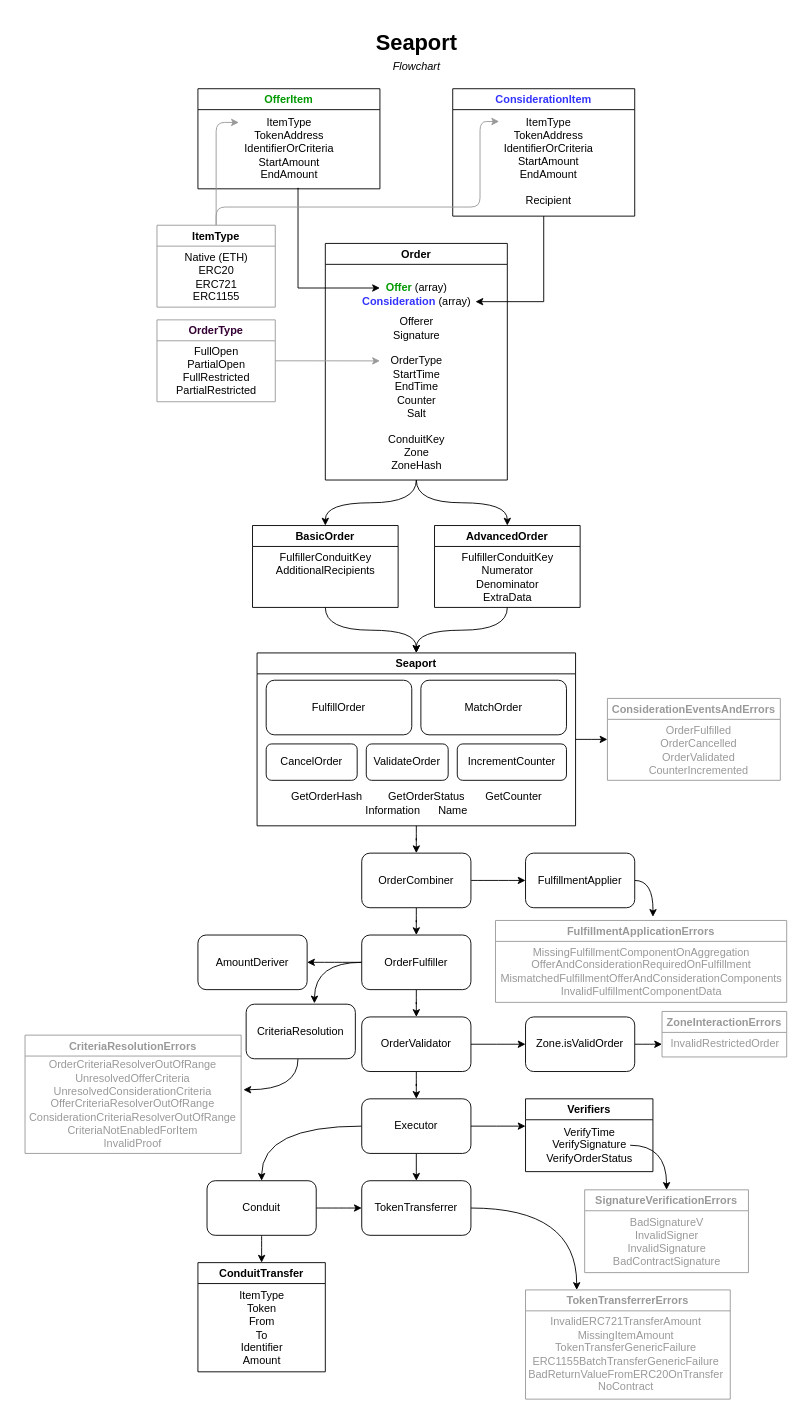
ProjectOpenSea/seaport keeps this draw.io diagram as diagrams/Seaport.drawio. Above is the earlier version. Source tidied: cells renumbered, new cells numbered last; positions are measured from the earlier drawing's top-left corner, leaving out a move shared by most shapes. Both pictures are drawn from the tidied source at 91%, with x=0, y=0 at pixel (23, 20).
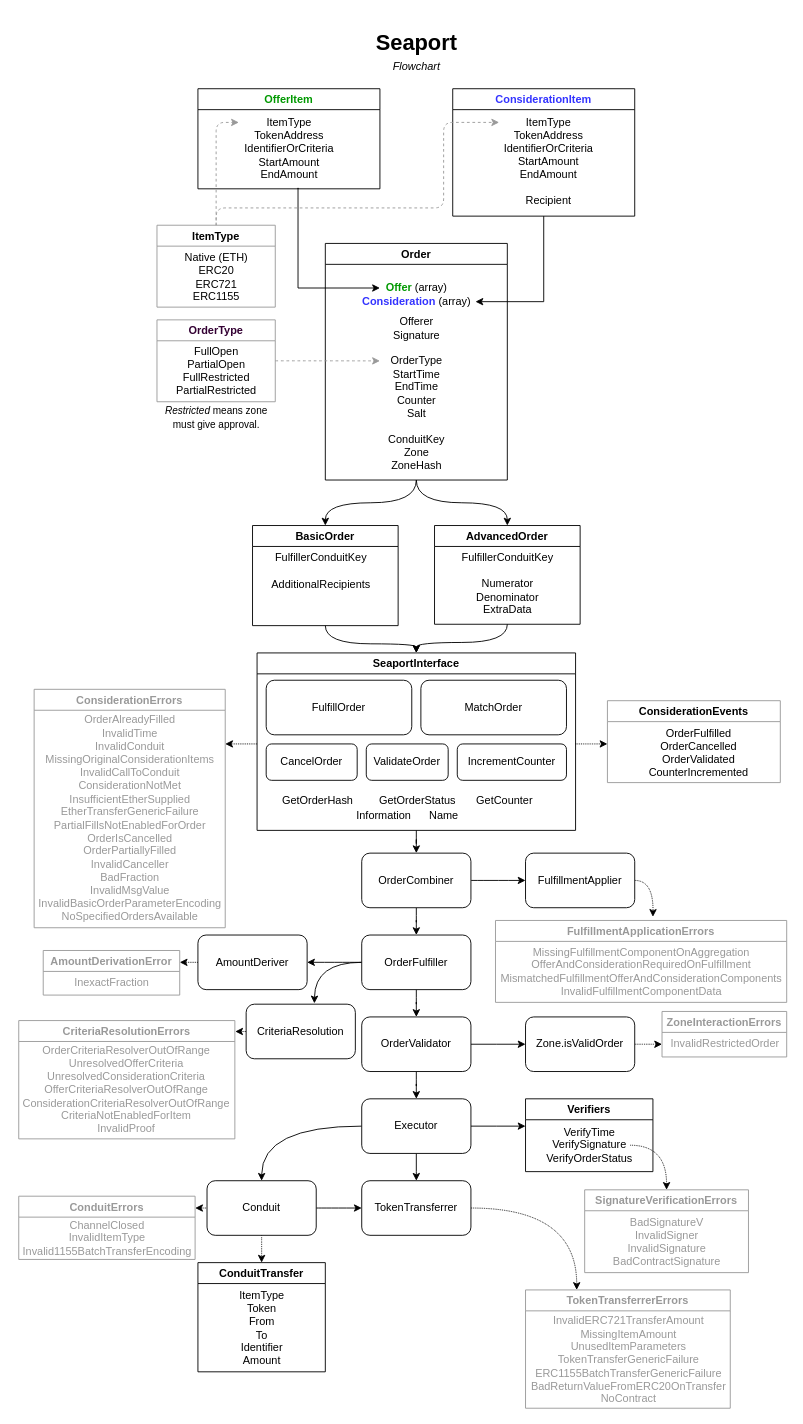
The same page after the edit.

The change refers to these unchanged cells:
```xml
<mxCell id="4" value="ItemType&lt;br&gt;TokenAddress&lt;br&gt;IdentifierOrCriteria&lt;br&gt;StartAmount&lt;br&gt;EndAmount" style="text;html=1;align=center;verticalAlign=middle;points=[];strokeColor=none;fillColor=none;" parent="3" vertex="1">
  <mxGeometry x="45" y="26" width="110" height="80" as="geometry" />
</mxCell>
<mxCell id="7" value="ItemType&lt;br&gt;TokenAddress&lt;br&gt;IdentifierOrCriteria&lt;br&gt;StartAmount&lt;br&gt;EndAmount&lt;br&gt;&lt;br&gt;Recipient" style="text;html=1;align=center;verticalAlign=middle;points=[];strokeColor=none;fillColor=none;" parent="6" vertex="1">
  <mxGeometry x="50" y="30" width="110" height="100" as="geometry" />
</mxCell>
<mxCell id="16" value="OrderType" style="swimlane;fontColor=#330033;strokeColor=#999;" parent="1" vertex="1">
  <mxGeometry x="147" y="329" width="130" height="90" as="geometry" />
</mxCell>
<mxCell id="20" value="ItemType" style="swimlane;strokeColor=#999;" parent="1" vertex="1">
  <mxGeometry x="147" y="225" width="130" height="90" as="geometry" />
</mxCell>
<mxCell id="38" value="ConduitTransfer" style="swimlane;" parent="1" vertex="1">
  <mxGeometry x="192" y="1365" width="140" height="120" as="geometry" />
</mxCell>
<mxCell id="67" value="AmountDeriver" style="rounded=1;whiteSpace=wrap;html=1;strokeColor=#000000;" parent="1" vertex="1">
  <mxGeometry x="192" y="1005" width="120" height="60" as="geometry" />
</mxCell>
<mxCell id="69" value="TokenTransferrer" style="rounded=1;whiteSpace=wrap;html=1;strokeColor=#000000;" parent="1" vertex="1">
  <mxGeometry x="372" y="1275" width="120" height="60" as="geometry" />
</mxCell>
<mxCell id="72" value="Conduit" style="rounded=1;whiteSpace=wrap;html=1;strokeColor=#000000;" parent="1" vertex="1">
  <mxGeometry x="202" y="1275" width="120" height="60" as="geometry" />
</mxCell>
<mxCell id="74" value="Zone.isValidOrder" style="rounded=1;whiteSpace=wrap;html=1;" parent="1" vertex="1">
  <mxGeometry x="552" y="1095" width="120" height="60" as="geometry" />
</mxCell>
<mxCell id="77" value="FulfillmentApplier" style="rounded=1;whiteSpace=wrap;html=1;strokeColor=#000000;" parent="1" vertex="1">
  <mxGeometry x="552" y="915" width="120" height="60" as="geometry" />
</mxCell>
<mxCell id="79" value="CriteriaResolution" style="rounded=1;whiteSpace=wrap;html=1;strokeColor=#000000;" parent="1" vertex="1">
  <mxGeometry x="245" y="1081" width="120" height="60" as="geometry" />
</mxCell>
```

Change to the diagram source:
```diff
@@
+    <mxCell id="80" style="edgeStyle=orthogonalEdgeStyle;rounded=1;orthogonalLoop=1;jettySize=auto;html=1;fontColor=#999999;dashed=1;dashPattern=1 1;" parent="1" edge="1">
+      <mxGeometry relative="1" as="geometry">
+        <mxPoint x="253" y="1111" as="sourcePoint" />
+        <mxPoint x="233" y="1111" as="targetPoint" />
+      </mxGeometry>
+    </mxCell>
+    <mxCell id="81" style="edgeStyle=orthogonalEdgeStyle;rounded=1;orthogonalLoop=1;jettySize=auto;html=1;fontColor=#999999;dashed=1;dashPattern=1 1;" parent="1" edge="1">
+      <mxGeometry relative="1" as="geometry">
+        <mxPoint x="209" y="1305" as="sourcePoint" />
+        <mxPoint x="189" y="1305" as="targetPoint" />
+      </mxGeometry>
+    </mxCell>
@@
-    <mxCell id="15" style="edgeStyle=orthogonalEdgeStyle;curved=1;jettySize=auto;html=1;entryX=0;entryY=0.324;entryDx=0;entryDy=0;entryPerimeter=0;fontFamily=Helvetica;fontSize=12;fontColor=#000000;strokeColor=#999999;" parent="1" edge="1" source="16">
+    <mxCell id="15" style="edgeStyle=orthogonalEdgeStyle;curved=1;jettySize=auto;html=1;entryX=0;entryY=0.324;entryDx=0;entryDy=0;entryPerimeter=0;fontFamily=Helvetica;fontSize=12;fontColor=#000000;strokeColor=#999999;dashed=1;" parent="1" edge="1" source="16">
       <mxGeometry relative="1" as="geometry">
         <mxPoint x="392" y="374.1" as="targetPoint" />
       </mxGeometry>
     </mxCell>
@@
-    <mxCell id="18" style="edgeStyle=orthogonalEdgeStyle;jettySize=auto;html=1;entryX=0;entryY=0.138;entryDx=0;entryDy=0;entryPerimeter=0;rounded=1;strokeColor=#999999;" parent="1" edge="1" source="20" target="4">
+    <mxCell id="18" style="edgeStyle=orthogonalEdgeStyle;jettySize=auto;html=1;entryX=0;entryY=0.138;entryDx=0;entryDy=0;entryPerimeter=0;rounded=1;strokeColor=#999999;dashed=1;" parent="1" edge="1" source="20" target="4">
       <mxGeometry relative="1" as="geometry">
         <Array as="points">
           <mxPoint x="212" y="297" />
           <mxPoint x="212" y="112" />
         </Array>
       </mxGeometry>
     </mxCell>
-    <mxCell id="19" style="edgeStyle=orthogonalEdgeStyle;rounded=1;jettySize=auto;html=1;exitX=0.5;exitY=0;exitDx=0;exitDy=0;entryX=0.009;entryY=0.06;entryDx=0;entryDy=0;entryPerimeter=0;strokeColor=#999999;" parent="1" edge="1" source="20" target="7">
+    <mxCell id="19" style="edgeStyle=orthogonalEdgeStyle;rounded=1;orthogonalLoop=1;jettySize=auto;html=1;exitX=0.5;exitY=0;exitDx=0;exitDy=0;entryX=0.009;entryY=0.06;entryDx=0;entryDy=0;entryPerimeter=0;strokeColor=#999999;dashed=1;" parent="1" edge="1">
       <mxGeometry relative="1" as="geometry">
+        <mxPoint x="212" y="226" as="sourcePoint" />
+        <mxPoint x="523" y="112" as="targetPoint" />
         <Array as="points">
-          <mxPoint x="212" y="205" />
-          <mxPoint x="502" y="205" />
-          <mxPoint x="502" y="111" />
+          <mxPoint x="212" y="206" />
+          <mxPoint x="462" y="206" />
+          <mxPoint x="462" y="112" />
         </Array>
       </mxGeometry>
     </mxCell>
@@
-    <mxCell id="26" style="edgeStyle=orthogonalEdgeStyle;curved=1;orthogonalLoop=1;jettySize=auto;html=1;fontColor=#999999;strokeColor=#000000;entryX=0.5;entryY=0;entryDx=0;entryDy=0;" parent="1" edge="1">
+    <mxCell id="26" style="edgeStyle=orthogonalEdgeStyle;curved=1;orthogonalLoop=1;jettySize=auto;html=1;fontColor=#999999;strokeColor=#000000;entryX=0.5;entryY=0;entryDx=0;entryDy=0;dashed=1;dashPattern=1 1;" parent="1" edge="1">
       <mxGeometry relative="1" as="geometry">
         <mxPoint x="667" y="1236" as="sourcePoint" />
         <mxPoint x="707" y="1285" as="targetPoint" />
         <Array as="points">
           <mxPoint x="707" y="1236" />
         </Array>
       </mxGeometry>
     </mxCell>
@@
-    <mxCell id="30" style="edgeStyle=orthogonalEdgeStyle;curved=1;jettySize=auto;html=1;fontFamily=Helvetica;fontSize=12;fontColor=#000000;strokeColor=#000000;" parent="1" edge="1" source="31">
-      <mxGeometry relative="1" as="geometry">
-        <mxPoint x="642" y="790" as="targetPoint" />
-      </mxGeometry>
-    </mxCell>
+    <mxCell id="82" style="edgeStyle=orthogonalEdgeStyle;rounded=1;jettySize=auto;html=1;fontColor=#999999;dashed=1;dashPattern=1 1;" parent="1" edge="1" source="31">
+      <mxGeometry relative="1" as="geometry">
+        <mxPoint x="642" y="795" as="targetPoint" />
+        <Array as="points">
+          <mxPoint x="622" y="795" />
+          <mxPoint x="622" y="795" />
+        </Array>
+      </mxGeometry>
+    </mxCell>
+    <mxCell id="83" style="edgeStyle=orthogonalEdgeStyle;rounded=1;jettySize=auto;html=1;fontColor=#999999;dashed=1;dashPattern=1 1;" parent="1" edge="1" source="31">
+      <mxGeometry relative="1" as="geometry">
+        <mxPoint x="222" y="795" as="targetPoint" />
+        <Array as="points">
+          <mxPoint x="222" y="795" />
+        </Array>
+      </mxGeometry>
+    </mxCell>
-    <mxCell id="31" value="Seaport" style="swimlane;" parent="1" vertex="1">
-      <mxGeometry x="257" y="695" width="350" height="190" as="geometry" />
+    <mxCell id="31" value="SeaportInterface" style="swimlane;" parent="1" vertex="1">
+      <mxGeometry x="257" y="695" width="350" height="195" as="geometry" />
     </mxCell>
@@
-    <mxCell id="37" value="GetOrderHash &lt;span style=&quot;white-space: pre;&quot;&gt;&#9;&lt;/span&gt;GetOrderStatus &lt;span style=&quot;white-space: pre;&quot;&gt;&#9;&lt;/span&gt;GetCounter&lt;br&gt;Information &lt;span style=&quot;white-space: pre;&quot;&gt;&#9;&lt;/span&gt;Name" style="text;html=1;align=center;verticalAlign=middle;strokeColor=none;fillColor=none;fontSize=12;fontFamily=Helvetica;fontColor=#000000;" parent="31" vertex="1">
-      <mxGeometry x="30" y="150" width="290" height="30" as="geometry" />
+    <mxCell id="37" value="&lt;p style=&quot;line-height: 1.4;&quot;&gt;GetOrderHash &lt;span style=&quot;white-space: pre;&quot;&gt;&#9;&lt;/span&gt;GetOrderStatus &lt;span style=&quot;white-space: pre;&quot;&gt;&#9;&lt;/span&gt;GetCounter&lt;br&gt;Information &lt;span style=&quot;white-space: pre;&quot;&gt;&#9;&lt;/span&gt;Name&lt;/p&gt;" style="text;html=1;align=center;verticalAlign=middle;strokeColor=none;fillColor=none;fontSize=12;fontFamily=Helvetica;fontColor=#000000;" parent="31" vertex="1">
+      <mxGeometry x="20" y="140" width="290" height="60" as="geometry" />
     </mxCell>
@@
-    <mxCell id="40" value="ConsiderationEventsAndErrors" style="swimlane;strokeColor=#999999;fontColor=#999999;" parent="1" vertex="1">
-      <mxGeometry x="642" y="745" width="190" height="90" as="geometry" />
+    <mxCell id="40" value="ConsiderationErrors" style="swimlane;strokeColor=#999999;fontColor=#999999;" parent="1" vertex="1">
+      <mxGeometry x="12" y="735" width="210" height="262" as="geometry" />
     </mxCell>
-    <mxCell id="41" value="&lt;font color=&quot;#999999&quot; style=&quot;font-size: 12px;&quot;&gt;&lt;span style=&quot;text-align: start;&quot;&gt;OrderFulfilled&lt;br&gt;&lt;/span&gt;&lt;span style=&quot;text-align: start;&quot;&gt;OrderCancelled&lt;br&gt;&lt;/span&gt;&lt;span style=&quot;text-align: start;&quot;&gt;OrderValidated&lt;br&gt;&lt;/span&gt;&lt;span style=&quot;text-align: start;&quot;&gt;CounterIncremented&lt;/span&gt;&lt;/font&gt;" style="text;html=1;align=center;verticalAlign=middle;strokeColor=none;fillColor=none;" parent="40" vertex="1">
-      <mxGeometry x="40" y="27" width="120" height="60" as="geometry" />
+    <mxCell id="41" value="&lt;div style=&quot;&quot;&gt;&lt;font color=&quot;#999999&quot;&gt;&lt;span style=&quot;&quot;&gt;&#9;&#9;&lt;/span&gt;OrderAlreadyFilled&lt;/font&gt;&lt;/div&gt;&lt;div style=&quot;&quot;&gt;&lt;font color=&quot;#999999&quot;&gt;&lt;span style=&quot;&quot;&gt;&#9;&#9;&lt;/span&gt;InvalidTime&lt;/font&gt;&lt;/div&gt;&lt;div style=&quot;&quot;&gt;&lt;font color=&quot;#999999&quot;&gt;&lt;span style=&quot;&quot;&gt;&#9;&#9;&lt;/span&gt;InvalidConduit&lt;/font&gt;&lt;/div&gt;&lt;div style=&quot;&quot;&gt;&lt;font color=&quot;#999999&quot;&gt;&lt;span style=&quot;&quot;&gt;&#9;&#9;&lt;/span&gt;MissingOriginalConsiderationItems&lt;/font&gt;&lt;/div&gt;&lt;div style=&quot;&quot;&gt;&lt;font color=&quot;#999999&quot;&gt;&lt;span style=&quot;&quot;&gt;&#9;&#9;&lt;/span&gt;InvalidCallToConduit&lt;/font&gt;&lt;/div&gt;&lt;div style=&quot;&quot;&gt;&lt;font color=&quot;#999999&quot;&gt;&lt;span style=&quot;&quot;&gt;&#9;&#9;&lt;/span&gt;ConsiderationNotMet&lt;/font&gt;&lt;/div&gt;&lt;div style=&quot;&quot;&gt;&lt;font color=&quot;#999999&quot;&gt;&lt;span style=&quot;&quot;&gt;&#9;&#9;&lt;/span&gt;InsufficientEtherSupplied&lt;/font&gt;&lt;/div&gt;&lt;div style=&quot;&quot;&gt;&lt;font color=&quot;#999999&quot;&gt;&lt;span style=&quot;&quot;&gt;&#9;&#9;&lt;/span&gt;EtherTransferGenericFailure&lt;/font&gt;&lt;/div&gt;&lt;div style=&quot;&quot;&gt;&lt;font color=&quot;#999999&quot;&gt;&lt;span style=&quot;&quot;&gt;&#9;&#9;&lt;/span&gt;PartialFillsNotEnabledForOrder&lt;/font&gt;&lt;/div&gt;&lt;div style=&quot;&quot;&gt;&lt;font color=&quot;#999999&quot;&gt;&lt;span style=&quot;&quot;&gt;&#9;&#9;&lt;/span&gt;OrderIsCancelled&lt;/font&gt;&lt;/div&gt;&lt;div style=&quot;&quot;&gt;&lt;font color=&quot;#999999&quot;&gt;&lt;span style=&quot;&quot;&gt;&#9;&#9;&lt;/span&gt;OrderPartiallyFilled&lt;/font&gt;&lt;/div&gt;&lt;div style=&quot;&quot;&gt;&lt;font color=&quot;#999999&quot;&gt;&lt;span style=&quot;&quot;&gt;&#9;&#9;&lt;/span&gt;InvalidCanceller&lt;/font&gt;&lt;/div&gt;&lt;div style=&quot;&quot;&gt;&lt;font color=&quot;#999999&quot;&gt;&lt;span style=&quot;&quot;&gt;&#9;&#9;&lt;/span&gt;BadFraction&lt;/font&gt;&lt;/div&gt;&lt;div style=&quot;&quot;&gt;&lt;font color=&quot;#999999&quot;&gt;&lt;span style=&quot;&quot;&gt;&#9;&#9;&lt;/span&gt;InvalidMsgValue&lt;/font&gt;&lt;/div&gt;&lt;div style=&quot;&quot;&gt;&lt;font color=&quot;#999999&quot;&gt;&lt;span style=&quot;&quot;&gt;&#9;&#9;&lt;/span&gt;InvalidBasicOrderParameterEncoding&lt;/font&gt;&lt;/div&gt;&lt;div style=&quot;&quot;&gt;&lt;font color=&quot;#999999&quot;&gt;&lt;span style=&quot;&quot;&gt;&#9;&#9;&lt;/span&gt;NoSpecifiedOrdersAvailable&lt;/font&gt;&lt;/div&gt;" style="text;html=1;align=center;verticalAlign=middle;strokeColor=none;fillColor=none;" parent="40" vertex="1">
+      <mxGeometry x="-5" y="27" width="220" height="230" as="geometry" />
     </mxCell>
@@
     <mxCell id="45" value="AdvancedOrder" style="swimlane;" parent="1" vertex="1">
-      <mxGeometry x="452" y="555" width="160" height="90" as="geometry" />
+      <mxGeometry x="452" y="555" width="160" height="108.5" as="geometry" />
     </mxCell>
-    <mxCell id="46" value="FulfillerConduitKey &lt;br&gt;Numerator&lt;br&gt;Denominator&lt;br&gt;ExtraData" style="text;html=1;align=center;verticalAlign=middle;strokeColor=none;fillColor=none;" parent="45" vertex="1">
-      <mxGeometry x="20" y="27" width="120" height="60" as="geometry" />
+    <mxCell id="46" value="&lt;p style=&quot;line-height: 1.2;&quot;&gt;FulfillerConduitKey &lt;br&gt;&lt;br&gt;Numerator&lt;br&gt;Denominator&lt;br&gt;ExtraData&lt;/p&gt;" style="text;html=1;align=center;verticalAlign=middle;strokeColor=none;fillColor=none;" parent="45" vertex="1">
+      <mxGeometry x="20" y="13.5" width="120" height="100" as="geometry" />
     </mxCell>
     <mxCell id="47" value="TokenTransferrerErrors" style="swimlane;startSize=23;strokeColor=#999999;fontColor=#999999;" parent="1" vertex="1">
-      <mxGeometry x="552" y="1395" width="225" height="120" as="geometry" />
+      <mxGeometry x="552" y="1395" width="225" height="130" as="geometry" />
     </mxCell>
-    <mxCell id="48" value="&lt;font color=&quot;#999999&quot;&gt;InvalidERC721TransferAmount&lt;br&gt;MissingItemAmount&lt;br&gt;TokenTransferGenericFailure&lt;br&gt;ERC1155BatchTransferGenericFailure&lt;br&gt;BadReturnValueFromERC20OnTransfer&lt;br&gt;NoContract&lt;/font&gt;" style="text;html=1;align=center;verticalAlign=middle;strokeColor=none;fillColor=none;" parent="47" vertex="1">
-      <mxGeometry x="-5" y="26" width="230" height="90" as="geometry" />
+    <mxCell id="48" value="&lt;font color=&quot;#999999&quot;&gt;InvalidERC721TransferAmount&lt;br&gt;MissingItemAmount&lt;br&gt;UnusedItemParameters&lt;br&gt;TokenTransferGenericFailure&lt;br&gt;ERC1155BatchTransferGenericFailure&lt;br&gt;BadReturnValueFromERC20OnTransfer&lt;br&gt;NoContract&lt;/font&gt;" style="text;html=1;align=center;verticalAlign=middle;strokeColor=none;fillColor=none;" parent="47" vertex="1">
+      <mxGeometry x="-2.5" y="27" width="230" height="100" as="geometry" />
     </mxCell>
     <mxCell id="49" value="CriteriaResolutionErrors" style="swimlane;startSize=23;strokeColor=#999999;fontColor=#999999;" parent="1" vertex="1">
-      <mxGeometry x="2" y="1115" width="237.5" height="130" as="geometry" />
+      <mxGeometry x="-4.9" y="1099" width="237.5" height="130" as="geometry" />
     </mxCell>
@@
     <mxCell id="52" value="BasicOrder" style="swimlane;" parent="1" vertex="1">
-      <mxGeometry x="252" y="555" width="160" height="90" as="geometry" />
+      <mxGeometry x="252" y="555" width="160" height="110" as="geometry" />
     </mxCell>
+    <mxCell id="75" value="&lt;p style=&quot;line-height: 1.2;&quot;&gt;FulfillerConduitKey&lt;br&gt;&lt;br&gt;AdditionalRecipients&lt;/p&gt;" style="text;html=1;align=center;verticalAlign=middle;strokeColor=none;fillColor=none;" parent="52" vertex="1">
+      <mxGeometry x="15" y="15" width="120" height="70" as="geometry" />
+    </mxCell>
@@
+    <mxCell id="84" style="edgeStyle=orthogonalEdgeStyle;rounded=1;jettySize=auto;html=1;entryX=1;entryY=0.25;entryDx=0;entryDy=0;fontColor=#999999;dashed=1;dashPattern=1 1;" parent="1" edge="1" source="67" target="87">
+      <mxGeometry relative="1" as="geometry" />
+    </mxCell>
@@
-    <mxCell id="68" style="edgeStyle=orthogonalEdgeStyle;curved=1;jettySize=auto;html=1;entryX=0.25;entryY=0;entryDx=0;entryDy=0;fontFamily=Helvetica;fontSize=12;fontColor=#999999;strokeColor=#000000;" parent="1" edge="1" source="69" target="47">
+    <mxCell id="68" style="edgeStyle=orthogonalEdgeStyle;curved=1;jettySize=auto;html=1;entryX=0.25;entryY=0;entryDx=0;entryDy=0;fontFamily=Helvetica;fontSize=12;fontColor=#999999;strokeColor=#000000;dashed=1;dashPattern=1 1;" parent="1" edge="1" source="69" target="47">
       <mxGeometry relative="1" as="geometry" />
     </mxCell>
@@
-    <mxCell id="71" style="edgeStyle=orthogonalEdgeStyle;curved=1;jettySize=auto;html=1;exitX=0.5;exitY=1;exitDx=0;exitDy=0;entryX=0.5;entryY=0;entryDx=0;entryDy=0;fontFamily=Helvetica;fontSize=12;fontColor=#000000;strokeColor=#000000;" parent="1" edge="1" source="72" target="38">
+    <mxCell id="71" style="edgeStyle=orthogonalEdgeStyle;curved=1;jettySize=auto;html=1;exitX=0.5;exitY=1;exitDx=0;exitDy=0;entryX=0.5;entryY=0;entryDx=0;entryDy=0;fontFamily=Helvetica;fontSize=12;fontColor=#000000;strokeColor=#000000;dashed=1;dashPattern=1 1;" parent="1" edge="1" source="72" target="38">
       <mxGeometry relative="1" as="geometry" />
     </mxCell>
@@
-    <mxCell id="73" style="edgeStyle=orthogonalEdgeStyle;curved=1;jettySize=auto;html=1;fontFamily=Helvetica;fontSize=12;fontColor=#999999;strokeColor=#000000;" parent="1" edge="1" source="74">
+    <mxCell id="73" style="edgeStyle=orthogonalEdgeStyle;curved=1;jettySize=auto;html=1;fontFamily=Helvetica;fontSize=12;fontColor=#999999;strokeColor=#000000;dashed=1;dashPattern=1 1;" parent="1" edge="1" source="74">
       <mxGeometry relative="1" as="geometry">
         <mxPoint x="702" y="1125" as="targetPoint" />
       </mxGeometry>
     </mxCell>
@@
-    <mxCell id="75" value="FulfillerConduitKey&lt;br&gt;AdditionalRecipients" style="text;html=1;align=center;verticalAlign=middle;strokeColor=none;fillColor=none;" parent="1" vertex="1">
-      <mxGeometry x="272" y="582" width="120" height="30" as="geometry" />
-    </mxCell>
-    <mxCell id="76" style="edgeStyle=orthogonalEdgeStyle;curved=1;jettySize=auto;html=1;fontFamily=Helvetica;fontSize=12;fontColor=#000000;strokeColor=#000000;" parent="1" edge="1" source="77">
+    <mxCell id="76" style="edgeStyle=orthogonalEdgeStyle;curved=1;jettySize=auto;html=1;fontFamily=Helvetica;fontSize=12;fontColor=#000000;strokeColor=#000000;dashed=1;dashPattern=1 1;" parent="1" edge="1" source="77">
       <mxGeometry relative="1" as="geometry">
         <mxPoint x="692" y="985" as="targetPoint" />
       </mxGeometry>
     </mxCell>
@@
-    <mxCell id="78" style="edgeStyle=orthogonalEdgeStyle;curved=1;jettySize=auto;html=1;fontFamily=Helvetica;fontSize=12;fontColor=#999999;strokeColor=#000000;" parent="1" edge="1" source="79">
-      <mxGeometry relative="1" as="geometry">
-        <mxPoint x="242" y="1175" as="targetPoint" />
-        <Array as="points">
-          <mxPoint x="302" y="1175" />
-          <mxPoint x="242" y="1175" />
-        </Array>
-      </mxGeometry>
-    </mxCell>
@@
+    <mxCell id="85" value="ConsiderationEvents" style="swimlane;strokeColor=#999999;fontColor=#000000;" parent="1" vertex="1">
+      <mxGeometry x="642" y="747.5" width="190" height="90" as="geometry" />
+    </mxCell>
+    <mxCell id="86" value="&lt;font style=&quot;font-size: 12px;&quot;&gt;&lt;span style=&quot;text-align: start;&quot;&gt;OrderFulfilled&lt;br&gt;&lt;/span&gt;&lt;span style=&quot;text-align: start;&quot;&gt;OrderCancelled&lt;br&gt;&lt;/span&gt;&lt;span style=&quot;text-align: start;&quot;&gt;OrderValidated&lt;br&gt;&lt;/span&gt;&lt;span style=&quot;text-align: start;&quot;&gt;CounterIncremented&lt;/span&gt;&lt;/font&gt;" style="text;html=1;align=center;verticalAlign=middle;strokeColor=none;fillColor=none;" parent="85" vertex="1">
+      <mxGeometry x="40" y="27" width="120" height="60" as="geometry" />
+    </mxCell>
+    <mxCell id="87" value="AmountDerivationError" style="swimlane;startSize=23;strokeColor=#999999;fontColor=#999999;" parent="1" vertex="1">
+      <mxGeometry x="22" y="1022" width="150" height="49" as="geometry" />
+    </mxCell>
+    <mxCell id="88" value="InexactFraction" style="text;html=1;align=center;verticalAlign=middle;strokeColor=none;fillColor=none;fontColor=#999999;" parent="87" vertex="1">
+      <mxGeometry x="25" y="26" width="100" height="20" as="geometry" />
+    </mxCell>
+    <mxCell id="89" value="ConduitErrors" style="swimlane;startSize=23;strokeColor=#999999;fontColor=#999999;" parent="1" vertex="1">
+      <mxGeometry x="-4.9" y="1292" width="193.8" height="69.5" as="geometry" />
+    </mxCell>
+    <mxCell id="90" value="&lt;font color=&quot;#999999&quot;&gt;ChannelClosed&lt;br&gt;InvalidItemType&lt;br&gt;Invalid1155BatchTransferEncoding&lt;/font&gt;" style="text;html=1;align=center;verticalAlign=middle;strokeColor=none;fillColor=none;" parent="89" vertex="1">
+      <mxGeometry x="-3.1" y="20.5" width="200" height="50" as="geometry" />
+    </mxCell>
+    <mxCell id="91" value="&lt;font style=&quot;font-size: 11px;&quot;&gt;&lt;i style=&quot;&quot;&gt;Restricted &lt;/i&gt;means zone&lt;br&gt;must give approval.&lt;/font&gt;" style="text;html=1;align=center;verticalAlign=middle;strokeColor=none;fillColor=none;fontColor=#000000;" parent="1" vertex="1">
+      <mxGeometry x="147" y="421" width="130" height="30" as="geometry" />
+    </mxCell>
```
